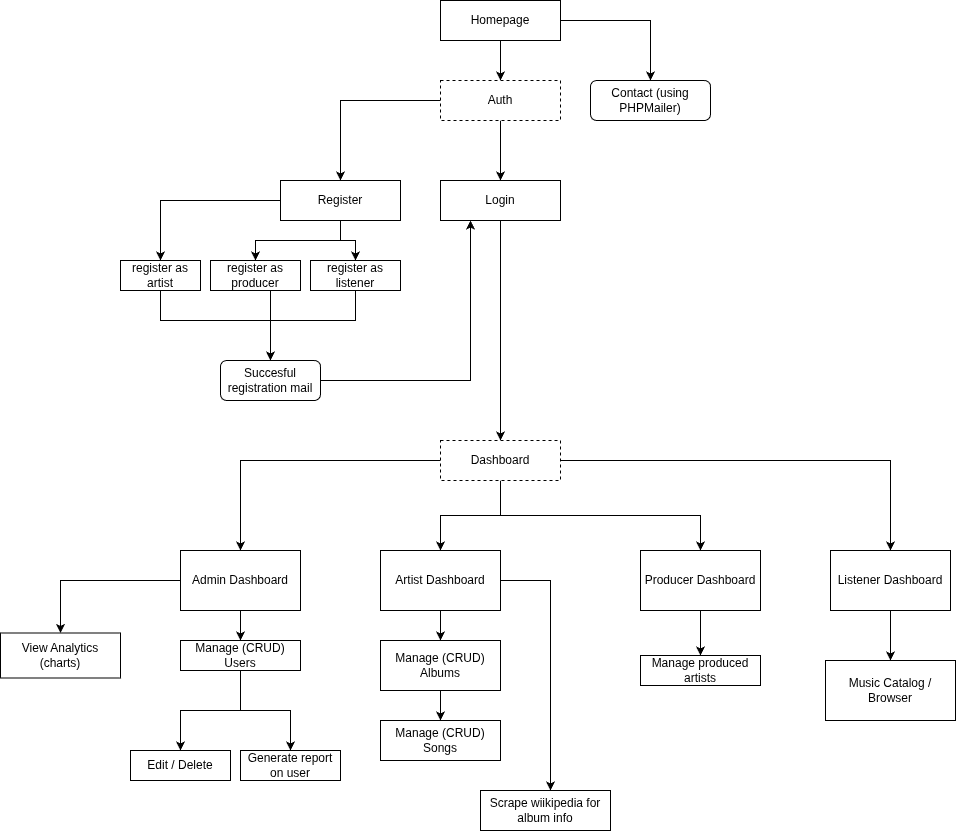
Before: public/img/appflow.png, a diagram exported from draw.io (petru-robu/music-label-manager). Source tidied: cells renumbered, new cells last; positions are measured from the earlier drawing's top-left corner, leaving out a move shared by most shapes.
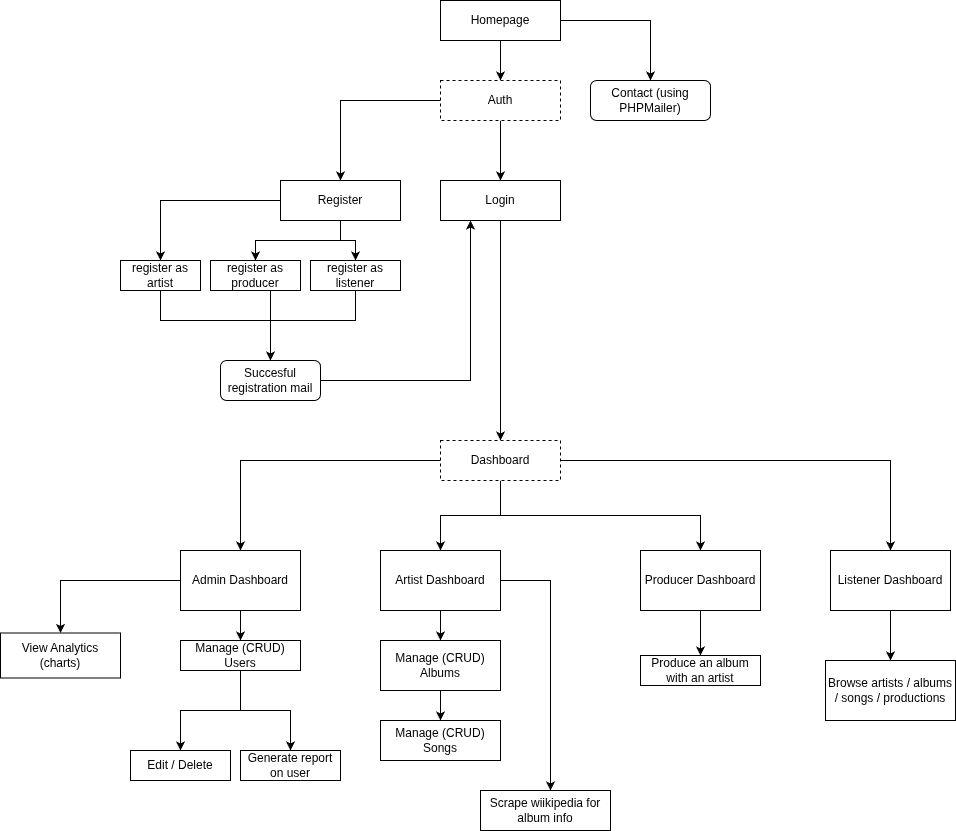
The same file after the commit.

What changed in the source:
```diff
@@ -92,10 +92,10 @@
     <mxCell id="28" style="edgeStyle=orthogonalEdgeStyle;rounded=0;jettySize=auto;html=1;" parent="1" edge="1" source="22" target="35">
       <mxGeometry relative="1" as="geometry" />
     </mxCell>
-    <mxCell id="29" value="Music Catalog / Browser" style="rounded=0;whiteSpace=wrap;html=1;" parent="1" vertex="1">
+    <mxCell id="29" value="Browse artists / albums / songs / productions" style="rounded=0;whiteSpace=wrap;html=1;" parent="1" vertex="1">
       <mxGeometry x="825" y="660" width="130" height="60" as="geometry" />
     </mxCell>
-    <mxCell id="30" value="Manage produced artists" style="rounded=0;whiteSpace=wrap;html=1;" parent="1" vertex="1">
+    <mxCell id="30" value="Produce an album with an artist" style="rounded=0;whiteSpace=wrap;html=1;" parent="1" vertex="1">
       <mxGeometry x="640" y="655" width="120" height="30" as="geometry" />
     </mxCell>
     <mxCell id="31" style="edgeStyle=orthogonalEdgeStyle;rounded=0;jettySize=auto;html=1;" parent="1" edge="1" source="33" target="36">
```
